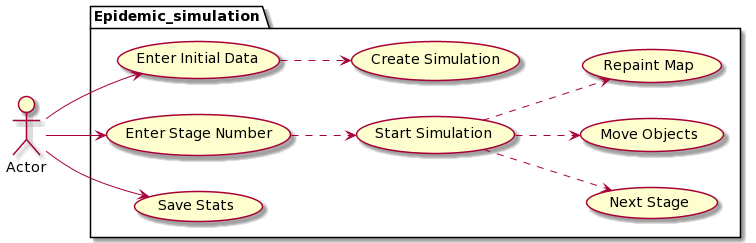
Damian0401/ProjektPO keeps this PlantUML diagram as Dokumentacja/DiagramyPrzypadkowUzycia/useCaseDiagram.png. Above is the earlier version.
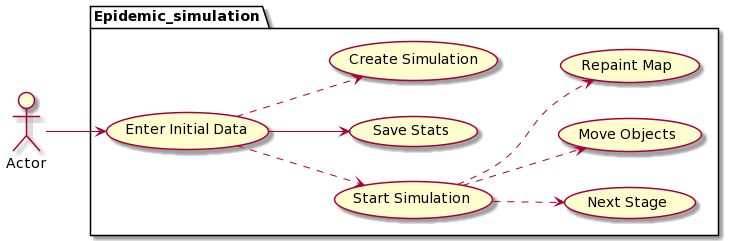
Above is the later version.

Commit message:
Aktualizacja diagramów

What changed in the source:
```diff
@@ -6,7 +6,6 @@
 package Epidemic_simulation {
     usecase "Enter Initial Data" as in
     usecase "Start Simulation" as st
-    usecase "Enter Stage Number" as sn
     usecase "Save Stats" as sa
 
     usecase "Create Simulation" as cs
@@ -16,10 +15,9 @@
 }
 
 ac --> in
-ac --> sn
-ac --> sa
-sn ..> st
 in ..> cs
+in ..> st
+in --> sa
 st ..> ns
 st ..> mo
 st ..> rm
```
